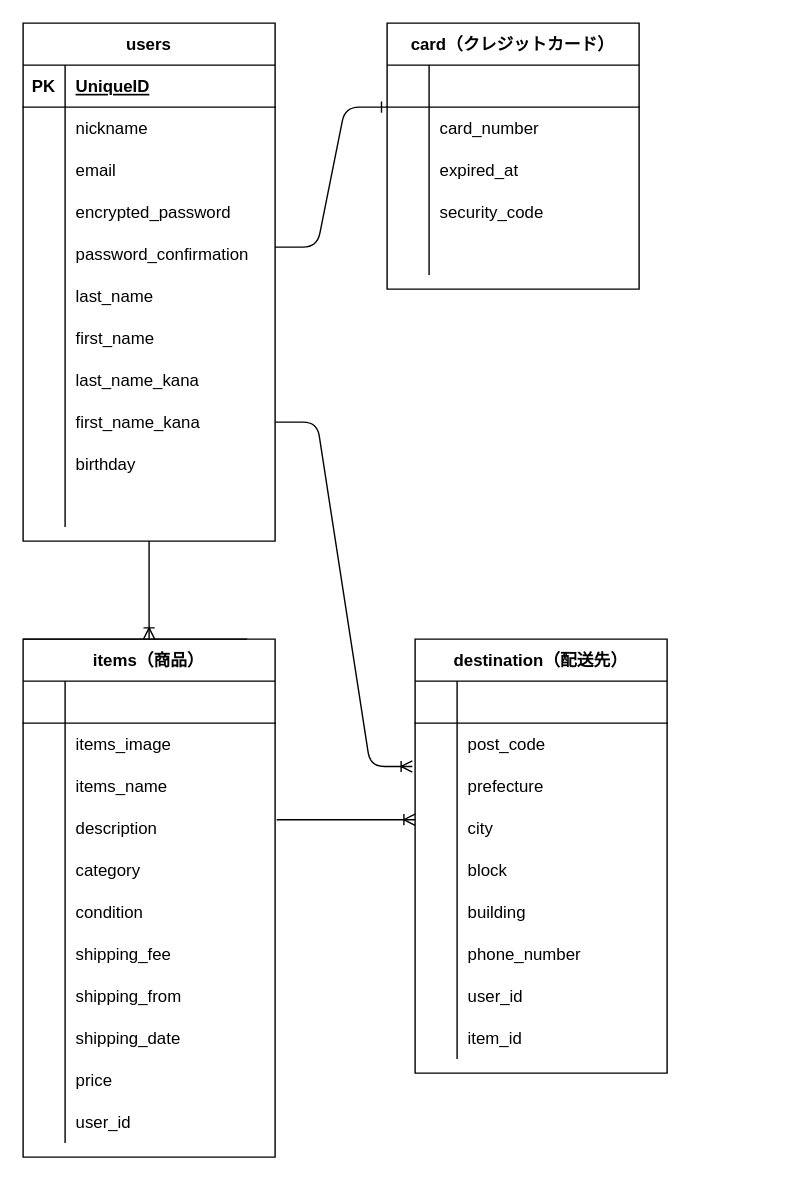
Before: furima.dio in btpgy54/furima-37674, a draw.io diagram. Source tidied: cells renumbered, new cells numbered last; positions are measured from the earlier drawing's top-left corner, leaving out a move shared by most shapes. Both pictures are drawn from the tidied source at 140%, with x=0, y=0 at pixel (22, 22).
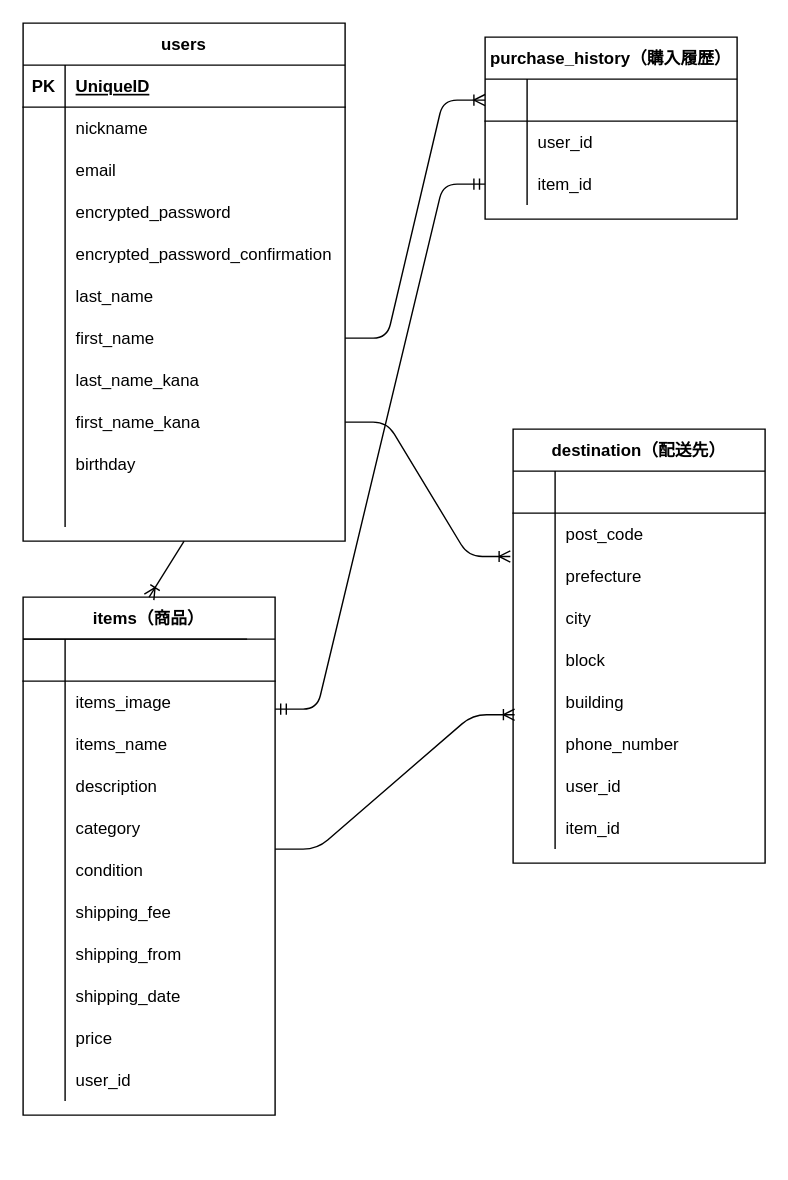
The same diagram, later.

Commit message (it also covers changes not shown here):
データベース設計の修正

Unchanged cells that the change refers to:
```xml
<mxCell id="68" style="shape=partialRectangle;fillColor=none;top=0;left=0;bottom=0;right=0;points=[[0,0.5],[1,0.5]];portConstraint=eastwest;" parent="52" vertex="1">
  <mxGeometry y="180" width="180" height="30" as="geometry" />
</mxCell>
<mxCell id="90" style="shape=partialRectangle;fillColor=none;top=0;left=0;bottom=0;right=0;points=[[0,0.5],[1,0.5]];portConstraint=eastwest;" parent="80" vertex="1">
  <mxGeometry y="120" width="180" height="30" as="geometry" />
</mxCell>
```

Change to the diagram source:
```diff
@@
     <mxCell id="2" value="users" style="shape=table;startSize=30;childLayout=tableLayout;rowLines=0;fontStyle=1;align=center;" parent="1" vertex="1">
-      <mxGeometry width="180" height="370" as="geometry" />
+      <mxGeometry width="230" height="370" as="geometry" />
     </mxCell>
     <mxCell id="3" style="shape=partialRectangle;fillColor=none;top=0;left=0;bottom=1;right=0;" parent="2" vertex="1">
-      <mxGeometry y="30" width="180" height="30" as="geometry" />
+      <mxGeometry y="30" width="230" height="30" as="geometry" />
     </mxCell>
@@
     <mxCell id="5" value="UniqueID" style="shape=partialRectangle;fillColor=none;top=0;left=0;bottom=0;right=0;align=left;spacingLeft=6;fontStyle=5;overflow=hidden;" parent="3" vertex="1">
-      <mxGeometry x="30" width="150" height="30" as="geometry" />
+      <mxGeometry x="30" width="200" height="30" as="geometry" />
     </mxCell>
     <mxCell id="6" style="shape=partialRectangle;fillColor=none;top=0;left=0;bottom=0;right=0;" parent="2" vertex="1">
-      <mxGeometry y="60" width="180" height="30" as="geometry" />
+      <mxGeometry y="60" width="230" height="30" as="geometry" />
     </mxCell>
@@
     <mxCell id="8" value="nickname" style="shape=partialRectangle;fillColor=none;top=0;left=0;bottom=0;right=0;align=left;spacingLeft=6;overflow=hidden;" parent="6" vertex="1">
-      <mxGeometry x="30" width="150" height="30" as="geometry" />
+      <mxGeometry x="30" width="200" height="30" as="geometry" />
     </mxCell>
     <mxCell id="9" style="shape=partialRectangle;fillColor=none;top=0;left=0;bottom=0;right=0;" parent="2" vertex="1">
-      <mxGeometry y="90" width="180" height="30" as="geometry" />
+      <mxGeometry y="90" width="230" height="30" as="geometry" />
     </mxCell>
@@
     <mxCell id="11" value="email" style="shape=partialRectangle;fillColor=none;top=0;left=0;bottom=0;right=0;align=left;spacingLeft=6;overflow=hidden;" parent="9" vertex="1">
-      <mxGeometry x="30" width="150" height="30" as="geometry" />
+      <mxGeometry x="30" width="200" height="30" as="geometry" />
     </mxCell>
     <mxCell id="12" style="shape=partialRectangle;fillColor=none;top=0;left=0;bottom=0;right=0;" parent="2" vertex="1">
-      <mxGeometry y="120" width="180" height="30" as="geometry" />
+      <mxGeometry y="120" width="230" height="30" as="geometry" />
     </mxCell>
@@
     <mxCell id="14" value="encrypted_password" style="shape=partialRectangle;fillColor=none;top=0;left=0;bottom=0;right=0;align=left;spacingLeft=6;overflow=hidden;" parent="12" vertex="1">
-      <mxGeometry x="30" width="150" height="30" as="geometry" />
+      <mxGeometry x="30" width="200" height="30" as="geometry" />
     </mxCell>
     <mxCell id="15" style="shape=partialRectangle;fillColor=none;top=0;left=0;bottom=0;right=0;" parent="2" vertex="1">
-      <mxGeometry y="150" width="180" height="30" as="geometry" />
+      <mxGeometry y="150" width="230" height="30" as="geometry" />
     </mxCell>
@@
-    <mxCell id="17" value="password_confirmation" style="shape=partialRectangle;fillColor=none;top=0;left=0;bottom=0;right=0;align=left;spacingLeft=6;overflow=hidden;" parent="15" vertex="1">
-      <mxGeometry x="30" width="150" height="30" as="geometry" />
+    <mxCell id="17" value="encrypted_password_confirmation" style="shape=partialRectangle;fillColor=none;top=0;left=0;bottom=0;right=0;align=left;spacingLeft=6;overflow=hidden;" parent="15" vertex="1">
+      <mxGeometry x="30" width="200" height="30" as="geometry" />
     </mxCell>
     <mxCell id="18" style="shape=partialRectangle;fillColor=none;top=0;left=0;bottom=0;right=0;" parent="2" vertex="1">
-      <mxGeometry y="180" width="180" height="30" as="geometry" />
+      <mxGeometry y="180" width="230" height="30" as="geometry" />
     </mxCell>
@@
     <mxCell id="20" value="last_name" style="shape=partialRectangle;fillColor=none;top=0;left=0;bottom=0;right=0;align=left;spacingLeft=6;overflow=hidden;" parent="18" vertex="1">
-      <mxGeometry x="30" width="150" height="30" as="geometry" />
+      <mxGeometry x="30" width="200" height="30" as="geometry" />
     </mxCell>
     <mxCell id="21" style="shape=partialRectangle;fillColor=none;top=0;left=0;bottom=0;right=0;points=[[0,0.5],[1,0.5]];portConstraint=eastwest;" parent="2" vertex="1">
-      <mxGeometry y="210" width="180" height="30" as="geometry" />
+      <mxGeometry y="210" width="230" height="30" as="geometry" />
     </mxCell>
@@
     <mxCell id="23" value="first_name" style="shape=partialRectangle;fillColor=none;top=0;left=0;bottom=0;right=0;align=left;spacingLeft=6;overflow=hidden;" parent="21" vertex="1">
-      <mxGeometry x="30" width="150" height="30" as="geometry" />
+      <mxGeometry x="30" width="200" height="30" as="geometry" />
     </mxCell>
     <mxCell id="24" style="shape=partialRectangle;fillColor=none;top=0;left=0;bottom=0;right=0;" parent="2" vertex="1">
-      <mxGeometry y="240" width="180" height="30" as="geometry" />
+      <mxGeometry y="240" width="230" height="30" as="geometry" />
     </mxCell>
@@
     <mxCell id="26" value="last_name_kana" style="shape=partialRectangle;fillColor=none;top=0;left=0;bottom=0;right=0;align=left;spacingLeft=6;overflow=hidden;" parent="24" vertex="1">
-      <mxGeometry x="30" width="150" height="30" as="geometry" />
+      <mxGeometry x="30" width="200" height="30" as="geometry" />
     </mxCell>
     <mxCell id="27" style="shape=partialRectangle;fillColor=none;top=0;left=0;bottom=0;right=0;points=[[0,0.5],[1,0.5]];portConstraint=eastwest;" parent="2" vertex="1">
-      <mxGeometry y="270" width="180" height="30" as="geometry" />
+      <mxGeometry y="270" width="230" height="30" as="geometry" />
     </mxCell>
@@
     <mxCell id="29" value="first_name_kana" style="shape=partialRectangle;fillColor=none;top=0;left=0;bottom=0;right=0;align=left;spacingLeft=6;overflow=hidden;" parent="27" vertex="1">
-      <mxGeometry x="30" width="150" height="30" as="geometry" />
+      <mxGeometry x="30" width="200" height="30" as="geometry" />
     </mxCell>
     <mxCell id="30" style="shape=partialRectangle;fillColor=none;top=0;left=0;bottom=0;right=0;" parent="2" vertex="1">
-      <mxGeometry y="300" width="180" height="30" as="geometry" />
+      <mxGeometry y="300" width="230" height="30" as="geometry" />
     </mxCell>
@@
     <mxCell id="32" value="birthday" style="shape=partialRectangle;fillColor=none;top=0;left=0;bottom=0;right=0;align=left;spacingLeft=6;overflow=hidden;" parent="30" vertex="1">
-      <mxGeometry x="30" width="150" height="30" as="geometry" />
+      <mxGeometry x="30" width="200" height="30" as="geometry" />
     </mxCell>
     <mxCell id="33" style="shape=partialRectangle;fillColor=none;top=0;left=0;bottom=0;right=0;" parent="2" vertex="1">
-      <mxGeometry y="330" width="180" height="30" as="geometry" />
+      <mxGeometry y="330" width="230" height="30" as="geometry" />
     </mxCell>
@@
     <mxCell id="35" style="shape=partialRectangle;fillColor=none;top=0;left=0;bottom=0;right=0;align=left;spacingLeft=6;overflow=hidden;" parent="33" vertex="1">
-      <mxGeometry x="30" width="150" height="30" as="geometry" />
+      <mxGeometry x="30" width="200" height="30" as="geometry" />
     </mxCell>
-    <mxCell id="36" value="card（クレジットカード）" style="shape=table;startSize=30;childLayout=tableLayout;rowLines=0;fontStyle=1;align=center;" parent="1" vertex="1">
-      <mxGeometry x="260" width="180" height="190" as="geometry" />
-    </mxCell>
-    <mxCell id="37" style="shape=partialRectangle;fillColor=none;top=0;left=0;bottom=1;right=0;points=[[0,0.5],[1,0.5]];portConstraint=eastwest;" parent="36" vertex="1">
-      <mxGeometry y="30" width="180" height="30" as="geometry" />
-    </mxCell>
-    <mxCell id="38" style="shape=partialRectangle;fillColor=none;top=0;left=0;bottom=0;right=0;fontStyle=1;overflow=hidden;" parent="37" vertex="1">
-      <mxGeometry width="30" height="30" as="geometry" />
-    </mxCell>
-    <mxCell id="39" style="shape=partialRectangle;fillColor=none;top=0;left=0;bottom=0;right=0;align=left;spacingLeft=6;fontStyle=5;overflow=hidden;" parent="37" vertex="1">
-      <mxGeometry x="30" width="150" height="30" as="geometry" />
-    </mxCell>
-    <mxCell id="40" style="shape=partialRectangle;fillColor=none;top=0;left=0;bottom=0;right=0;" parent="36" vertex="1">
-      <mxGeometry y="60" width="180" height="30" as="geometry" />
-    </mxCell>
-    <mxCell id="41" style="shape=partialRectangle;fillColor=none;top=0;left=0;bottom=0;right=0;overflow=hidden;" parent="40" vertex="1">
-      <mxGeometry width="30" height="30" as="geometry" />
-    </mxCell>
-    <mxCell id="42" value="card_number" style="shape=partialRectangle;fillColor=none;top=0;left=0;bottom=0;right=0;align=left;spacingLeft=6;overflow=hidden;" parent="40" vertex="1">
-      <mxGeometry x="30" width="150" height="30" as="geometry" />
-    </mxCell>
-    <mxCell id="43" style="shape=partialRectangle;fillColor=none;top=0;left=0;bottom=0;right=0;points=[[0,0.5],[1,0.5]];portConstraint=eastwest;" parent="36" vertex="1">
-      <mxGeometry y="90" width="180" height="30" as="geometry" />
-    </mxCell>
-    <mxCell id="44" style="shape=partialRectangle;fillColor=none;top=0;left=0;bottom=0;right=0;overflow=hidden;" parent="43" vertex="1">
-      <mxGeometry width="30" height="30" as="geometry" />
-    </mxCell>
-    <mxCell id="45" value="expired_at" style="shape=partialRectangle;fillColor=none;top=0;left=0;bottom=0;right=0;align=left;spacingLeft=6;overflow=hidden;" parent="43" vertex="1">
-      <mxGeometry x="30" width="150" height="30" as="geometry" />
-    </mxCell>
-    <mxCell id="46" style="shape=partialRectangle;fillColor=none;top=0;left=0;bottom=0;right=0;" parent="36" vertex="1">
-      <mxGeometry y="120" width="180" height="30" as="geometry" />
-    </mxCell>
-    <mxCell id="47" style="shape=partialRectangle;fillColor=none;top=0;left=0;bottom=0;right=0;overflow=hidden;" parent="46" vertex="1">
-      <mxGeometry width="30" height="30" as="geometry" />
-    </mxCell>
-    <mxCell id="48" value="security_code" style="shape=partialRectangle;fillColor=none;top=0;left=0;bottom=0;right=0;align=left;spacingLeft=6;overflow=hidden;" parent="46" vertex="1">
-      <mxGeometry x="30" width="150" height="30" as="geometry" />
-    </mxCell>
-    <mxCell id="49" style="shape=partialRectangle;fillColor=none;top=0;left=0;bottom=0;right=0;" parent="36" vertex="1">
-      <mxGeometry y="150" width="180" height="30" as="geometry" />
-    </mxCell>
-    <mxCell id="50" style="shape=partialRectangle;fillColor=none;top=0;left=0;bottom=0;right=0;overflow=hidden;" parent="49" vertex="1">
-      <mxGeometry width="30" height="30" as="geometry" />
-    </mxCell>
-    <mxCell id="51" style="shape=partialRectangle;fillColor=none;top=0;left=0;bottom=0;right=0;align=left;spacingLeft=6;overflow=hidden;" parent="49" vertex="1">
-      <mxGeometry x="30" width="150" height="30" as="geometry" />
-    </mxCell>
     <mxCell id="52" value="destination（配送先）" style="shape=table;startSize=30;childLayout=tableLayout;rowLines=0;fontStyle=1;align=center;" parent="1" vertex="1">
-      <mxGeometry x="280" y="440" width="180" height="310" as="geometry" />
+      <mxGeometry x="350" y="290" width="180" height="310" as="geometry" />
     </mxCell>
@@
     <mxCell id="80" value="items（商品）" style="shape=table;startSize=30;childLayout=tableLayout;rowLines=0;fontStyle=1;align=center;" parent="1" vertex="1">
-      <mxGeometry y="440" width="180" height="370" as="geometry" />
+      <mxGeometry y="410" width="180" height="370" as="geometry" />
     </mxCell>
@@
     <mxCell id="115" style="fontSize=12;html=1;endArrow=ERoneToMany;strokeColor=default;exitX=0.5;exitY=1;exitDx=0;exitDy=0;" parent="1" edge="1" source="2">
       <mxGeometry relative="1" as="geometry">
-        <mxPoint x="90" y="440" as="targetPoint" />
+        <mxPoint x="90" y="410" as="targetPoint" />
       </mxGeometry>
     </mxCell>
-    <mxCell id="116" style="fontSize=12;html=1;endArrow=ERoneToMany;strokeColor=default;exitX=1.006;exitY=0.3;exitDx=0;exitDy=0;exitPerimeter=0;" parent="1" edge="1" source="90">
-      <mxGeometry relative="1" as="geometry">
-        <mxPoint x="280" y="569" as="targetPoint" />
-      </mxGeometry>
-    </mxCell>
@@
-    <mxCell id="118" style="edgeStyle=entityRelationEdgeStyle;fontSize=12;html=1;endArrow=ERone;endFill=1;strokeColor=default;" parent="1" edge="1">
-      <mxGeometry relative="1" as="geometry">
-        <mxPoint x="180" y="160" as="sourcePoint" />
-        <mxPoint x="260" y="60" as="targetPoint" />
-      </mxGeometry>
+    <mxCell id="118" value="purchase_history（購入履歴）" style="shape=table;startSize=30;childLayout=tableLayout;rowLines=0;fontStyle=1;align=center;" parent="1" vertex="1">
+      <mxGeometry x="330" y="10" width="180" height="130" as="geometry" />
     </mxCell>
+    <mxCell id="37" style="shape=partialRectangle;fillColor=none;top=0;left=0;bottom=1;right=0;points=[[0,0.5],[1,0.5]];portConstraint=eastwest;" parent="118" vertex="1">
+      <mxGeometry y="30" width="180" height="30" as="geometry" />
+    </mxCell>
+    <mxCell id="38" style="shape=partialRectangle;fillColor=none;top=0;left=0;bottom=0;right=0;fontStyle=1;overflow=hidden;" parent="37" vertex="1">
+      <mxGeometry width="30" height="30" as="geometry" />
+    </mxCell>
+    <mxCell id="39" style="shape=partialRectangle;fillColor=none;top=0;left=0;bottom=0;right=0;align=left;spacingLeft=6;fontStyle=5;overflow=hidden;" parent="37" vertex="1">
+      <mxGeometry x="30" width="150" height="30" as="geometry" />
+    </mxCell>
+    <mxCell id="40" style="shape=partialRectangle;fillColor=none;top=0;left=0;bottom=0;right=0;" parent="118" vertex="1">
+      <mxGeometry y="60" width="180" height="30" as="geometry" />
+    </mxCell>
+    <mxCell id="119" style="shape=partialRectangle;fillColor=none;top=0;left=0;bottom=0;right=0;overflow=hidden;" parent="40" vertex="1">
+      <mxGeometry width="30" height="30" as="geometry" />
+    </mxCell>
+    <mxCell id="120" value="user_id" style="shape=partialRectangle;fillColor=none;top=0;left=0;bottom=0;right=0;align=left;spacingLeft=6;overflow=hidden;" parent="40" vertex="1">
+      <mxGeometry x="30" width="150" height="30" as="geometry" />
+    </mxCell>
+    <mxCell id="43" style="shape=partialRectangle;fillColor=none;top=0;left=0;bottom=0;right=0;points=[[0,0.5],[1,0.5]];portConstraint=eastwest;" parent="118" vertex="1">
+      <mxGeometry y="90" width="180" height="30" as="geometry" />
+    </mxCell>
+    <mxCell id="121" style="shape=partialRectangle;fillColor=none;top=0;left=0;bottom=0;right=0;overflow=hidden;" parent="43" vertex="1">
+      <mxGeometry width="30" height="30" as="geometry" />
+    </mxCell>
+    <mxCell id="122" value="item_id" style="shape=partialRectangle;fillColor=none;top=0;left=0;bottom=0;right=0;align=left;spacingLeft=6;overflow=hidden;" parent="43" vertex="1">
+      <mxGeometry x="30" width="150" height="30" as="geometry" />
+    </mxCell>
+    <mxCell id="123" style="edgeStyle=entityRelationEdgeStyle;fontSize=12;html=1;endArrow=ERoneToMany;entryX=0;entryY=0.5;entryDx=0;entryDy=0;exitX=1;exitY=0.5;exitDx=0;exitDy=0;" parent="1" edge="1" source="21" target="37">
+      <mxGeometry relative="1" as="geometry" />
+    </mxCell>
+    <mxCell id="124" style="edgeStyle=entityRelationEdgeStyle;fontSize=12;html=1;endArrow=ERmandOne;startArrow=ERmandOne;entryX=0;entryY=0.5;entryDx=0;entryDy=0;" parent="1" edge="1" target="43">
+      <mxGeometry relative="1" as="geometry">
+        <mxPoint x="180" y="490" as="sourcePoint" />
+      </mxGeometry>
+    </mxCell>
+    <mxCell id="125" style="edgeStyle=entityRelationEdgeStyle;fontSize=12;html=1;endArrow=ERoneToMany;entryX=0.006;entryY=0.8;entryDx=0;entryDy=0;entryPerimeter=0;" parent="1" edge="1" target="68">
+      <mxGeometry relative="1" as="geometry">
+        <mxPoint x="180" y="590" as="sourcePoint" />
+      </mxGeometry>
+    </mxCell>
```
